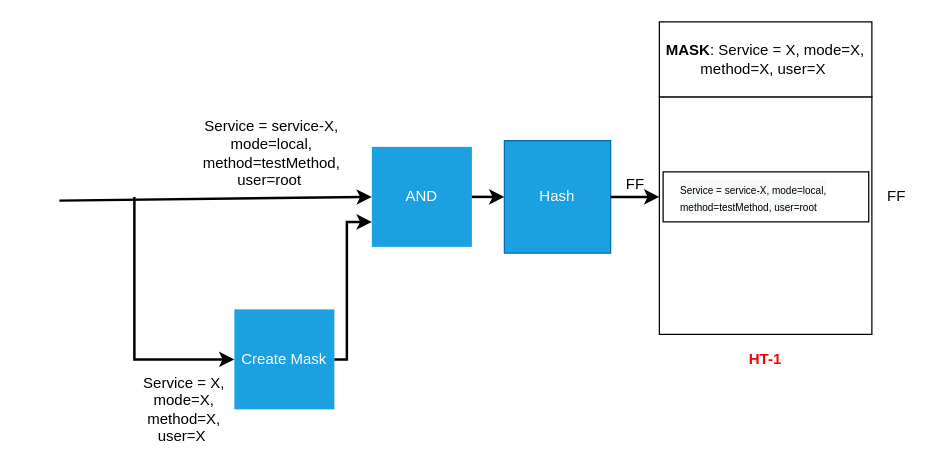
sugchand/drawio keeps this draw.io diagram as throttle-rule.drawio. Above is the earlier version. Source tidied: cells renumbered, new cells numbered last; positions are measured from the earlier drawing's top-left corner, leaving out a move shared by most shapes. Both pictures are drawn from the tidied source at 125%, with x=0, y=0 at pixel (59, 21).
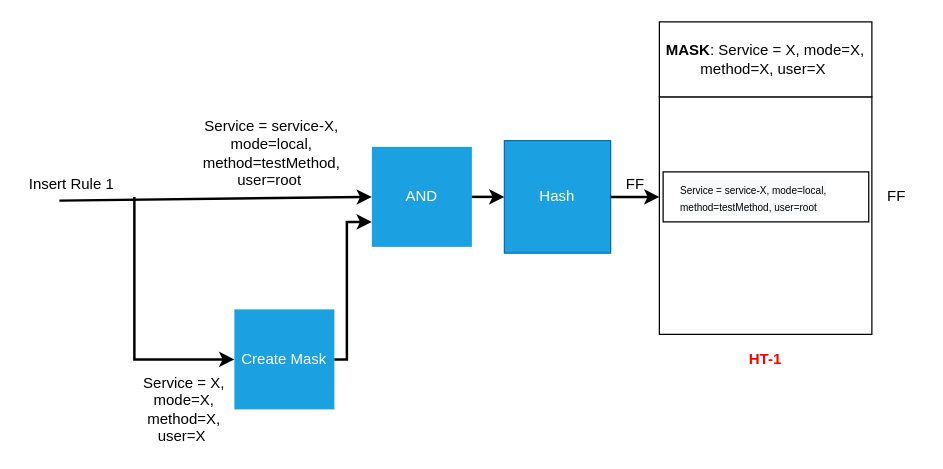
The same page after the edit.

Diff of the diagram source:
```diff
@@
+    <mxCell id="20" value="Insert Rule 1" style="text;html=1;strokeColor=none;fillColor=none;align=center;verticalAlign=middle;whiteSpace=wrap;rounded=0;" parent="1" vertex="1">
+      <mxGeometry x="-30" y="120" width="80" height="20" as="geometry" />
+    </mxCell>
```
